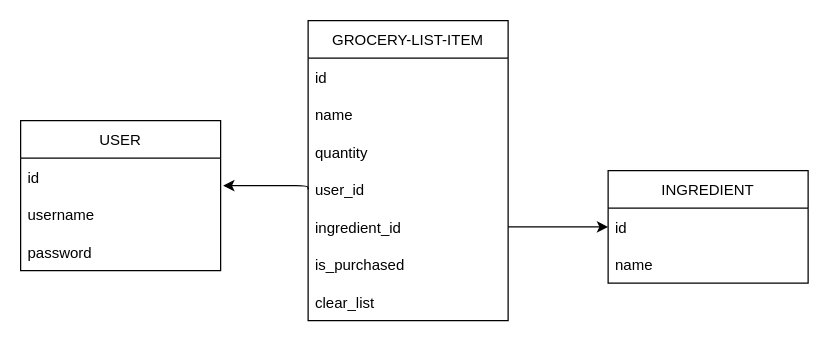
Above: page "model-layout" (1 of 2) of project.drawio in teshome28sara/Got_Milk- (draw.io), before the change. Source tidied: cells renumbered, new cells numbered last; positions are measured from the earlier drawing's top-left corner, leaving out a move shared by most shapes. Both pictures are drawn from the tidied source at 125%, with x=0, y=0 at pixel (20, 20).
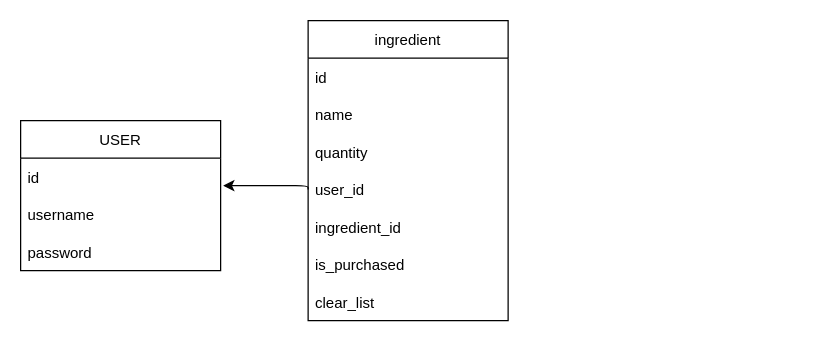
The same diagram, later.

The change refers to these unchanged cells:
```xml
<mxCell id="11" value="ingredient_id" style="text;strokeColor=none;fillColor=none;align=left;verticalAlign=middle;spacingLeft=4;spacingRight=4;overflow=hidden;points=[[0,0.5],[1,0.5]];portConstraint=eastwest;shadow=1;" parent="6" vertex="1">
  <mxGeometry y="150" width="160" height="30" as="geometry" />
</mxCell>
```

Change to the diagram source:
```diff
@@
-    <mxCell id="6" value="GROCERY-LIST-ITEM" style="swimlane;fontStyle=0;horizontal=1;startSize=30;shadow=0;" parent="1" vertex="1">
+    <mxCell id="6" value="ingredient" style="swimlane;fontStyle=0;horizontal=1;startSize=30;shadow=0;" parent="1" vertex="1">
       <mxGeometry x="230" width="160" height="240" as="geometry" />
     </mxCell>
@@
-    <mxCell id="14" value="INGREDIENT" style="swimlane;fontStyle=0;horizontal=1;startSize=30;" parent="1" vertex="1">
-      <mxGeometry x="470" y="120" width="160" height="90" as="geometry" />
-    </mxCell>
-    <mxCell id="15" value="id" style="text;strokeColor=none;fillColor=none;align=left;verticalAlign=middle;spacingLeft=4;spacingRight=4;overflow=hidden;points=[[0,0.5],[1,0.5]];portConstraint=eastwest;" parent="14" vertex="1">
-      <mxGeometry y="30" width="160" height="30" as="geometry" />
-    </mxCell>
-    <mxCell id="16" value="name" style="text;strokeColor=none;fillColor=none;align=left;verticalAlign=middle;spacingLeft=4;spacingRight=4;overflow=hidden;" parent="14" vertex="1">
-      <mxGeometry y="60" width="160" height="30" as="geometry" />
-    </mxCell>
@@
-    <mxCell id="18" style="edgeStyle=elbowEdgeStyle;elbow=horizontal;endArrow=classic;html=1;exitX=1;exitY=0.5;exitDx=0;exitDy=0;entryX=0;entryY=0.5;entryDx=0;entryDy=0;" parent="1" edge="1" source="11" target="15">
-      <mxGeometry relative="1" as="geometry">
-        <Array as="points">
-          <mxPoint x="470" y="165" />
-          <mxPoint x="390" y="210" />
-          <mxPoint x="400" y="230" />
-          <mxPoint x="400" y="60" />
-          <mxPoint x="590" y="280" />
-          <mxPoint x="620" y="110" />
-          <mxPoint x="630" y="220" />
-          <mxPoint x="660" y="170" />
-          <mxPoint x="660" y="305" />
-          <mxPoint x="880" y="255" />
-          <mxPoint x="880" y="455" />
-          <mxPoint x="900" y="425" />
-          <mxPoint x="890" y="445" />
-          <mxPoint x="880" y="425" />
-          <mxPoint x="880" y="255" />
-          <mxPoint x="915" y="435" />
-        </Array>
-      </mxGeometry>
-    </mxCell>
```
